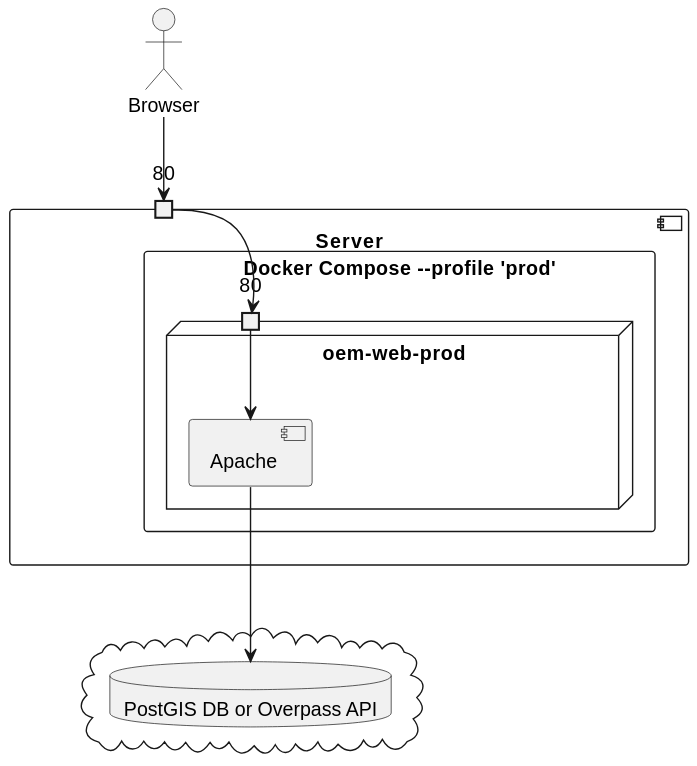
This is images/prod.svg from Danysan1/osm-wikidata-map-framework, a PlantUML export, as it was before one commit.
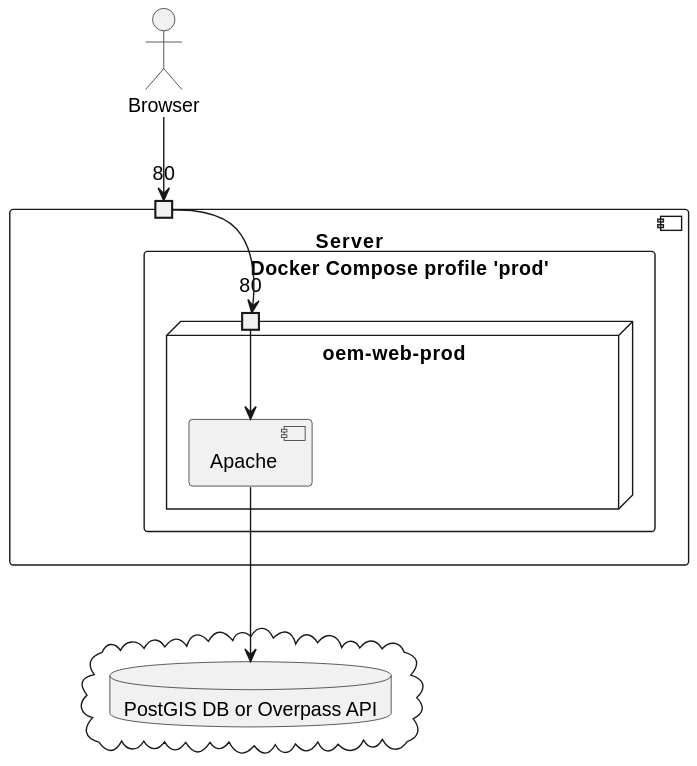
Later version of the same file.

Change to the diagram source:
```diff
@@ -3,7 +3,7 @@
 actor Browser
 component Server {
   port "80" as 80docker
-  rectangle "Docker Compose --profile 'prod'" as docker {
+  rectangle "Docker Compose profile 'prod'" as docker {
     node "oem-web-prod" {
       port "80" as 80webProd
       component Apache
```
